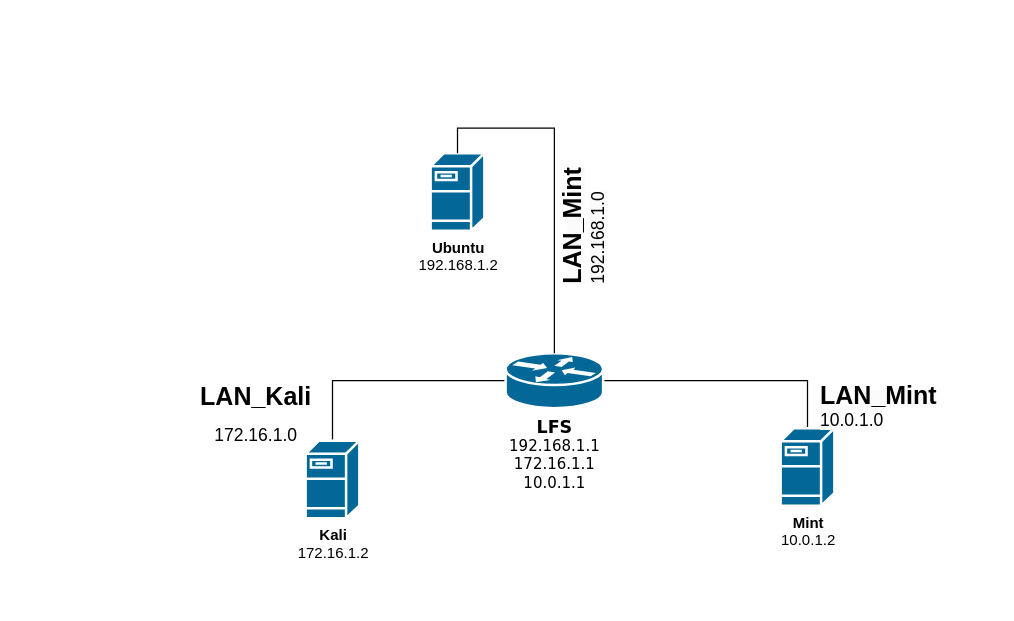
Earlier version of the draw.io diagram Диаграмма без названия.drawio (Djuckman/Compilers2). Source tidied: cells renumbered, new cells numbered last; positions are measured from the earlier drawing's top-left corner, leaving out a move shared by most shapes. Both pictures are drawn from the tidied source at 125%, with x=0, y=0 at pixel (192, 152).
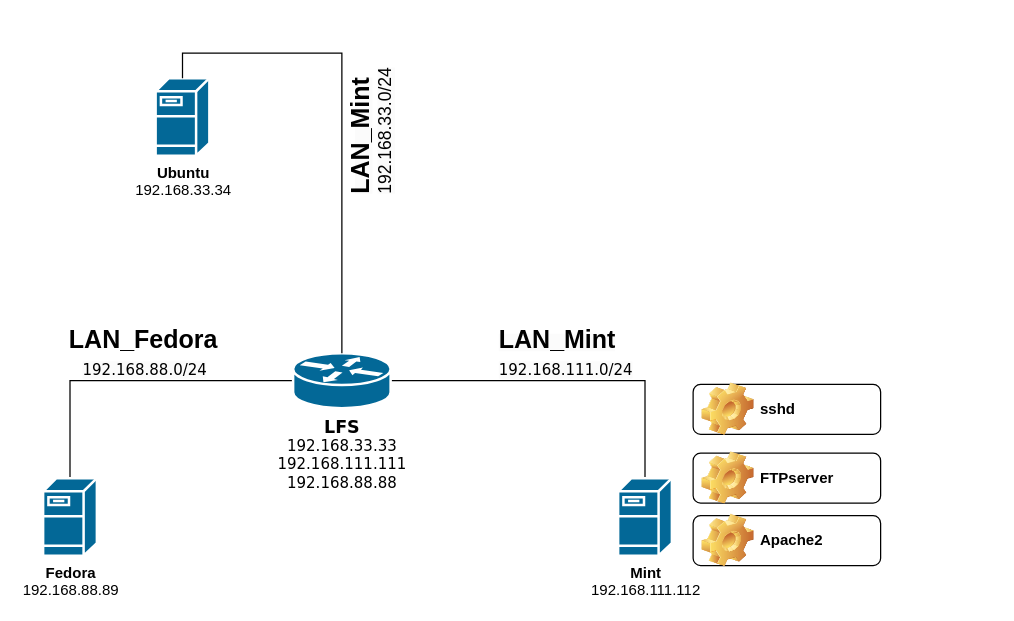
The same page after the edit.

The edit, as a diff of the source:
```diff
@@
 <mxGraphModel>
   <root>
     <mxCell id="0" />
     <mxCell id="1" parent="0" />
     <mxCell id="2" style="edgeStyle=orthogonalEdgeStyle;rounded=0;jettySize=auto;html=1;exitX=1;exitY=0.5;exitDx=0;exitDy=0;exitPerimeter=0;endArrow=none;endFill=0;" parent="1" edge="1" source="4" target="6">
       <mxGeometry relative="1" as="geometry" />
     </mxCell>
     <mxCell id="3" style="edgeStyle=orthogonalEdgeStyle;rounded=0;jettySize=auto;html=1;exitX=0;exitY=0.5;exitDx=0;exitDy=0;exitPerimeter=0;endArrow=none;endFill=0;" parent="1" edge="1" source="4" target="5">
       <mxGeometry relative="1" as="geometry" />
     </mxCell>
-    <mxCell id="4" value="&lt;b&gt;&lt;font style=&quot;font-size: 14px;&quot;&gt;LFS&lt;/font&gt;&lt;/b&gt;&lt;br&gt;192.168.1.1&lt;br&gt;172.16.1.1&lt;br&gt;10.0.1.1" style="shape=mxgraph.cisco.routers.router;html=1;dashed=0;fillColor=#036897;strokeColor=#ffffff;strokeWidth=2;verticalLabelPosition=bottom;verticalAlign=top;rounded=0;shadow=0;comic=0;fontFamily=Verdana;fontSize=12;" parent="1" vertex="1">
-      <mxGeometry x="250" y="160" width="78" height="44" as="geometry" />
+    <mxCell id="4" value="&lt;b&gt;&lt;font style=&quot;font-size: 14px;&quot;&gt;LFS&lt;/font&gt;&lt;/b&gt;&lt;br&gt;192.168.33.33&lt;br&gt;192.168.111.111&lt;br&gt;192.168.88.88" style="shape=mxgraph.cisco.routers.router;html=1;dashed=0;fillColor=#036897;strokeColor=#ffffff;strokeWidth=2;verticalLabelPosition=bottom;verticalAlign=top;rounded=0;shadow=0;comic=0;fontFamily=Verdana;fontSize=12;" parent="1" vertex="1">
+      <mxGeometry x="80" y="160" width="78" height="44" as="geometry" />
     </mxCell>
-    <mxCell id="5" value="&lt;font style=&quot;font-size: 12px;&quot;&gt;&lt;b&gt;Kali&lt;/b&gt;&lt;br&gt;172.16.1.2&lt;br&gt;&lt;/font&gt;" style="shape=mxgraph.cisco.servers.fileserver;sketch=0;html=1;dashed=0;fillColor=#036897;strokeColor=#ffffff;strokeWidth=2;verticalLabelPosition=bottom;verticalAlign=top;align=center;outlineConnect=0;" parent="1" vertex="1">
-      <mxGeometry x="90" y="230" width="43" height="62" as="geometry" />
+    <mxCell id="5" value="&lt;font style=&quot;font-size: 12px;&quot;&gt;&lt;b&gt;Fedora&lt;/b&gt;&lt;br&gt;192.168.88.89&lt;br&gt;&lt;/font&gt;" style="shape=mxgraph.cisco.servers.fileserver;sketch=0;html=1;dashed=0;fillColor=#036897;strokeColor=#ffffff;strokeWidth=2;verticalLabelPosition=bottom;verticalAlign=top;align=center;outlineConnect=0;" parent="1" vertex="1">
+      <mxGeometry x="-120" y="260" width="43" height="62" as="geometry" />
     </mxCell>
-    <mxCell id="6" value="&lt;font style=&quot;font-size: 12px;&quot;&gt;&lt;b&gt;Mint&lt;/b&gt;&lt;br&gt;10.0.1.2&lt;br&gt;&lt;/font&gt;" style="shape=mxgraph.cisco.servers.fileserver;sketch=0;html=1;dashed=0;fillColor=#036897;strokeColor=#ffffff;strokeWidth=2;verticalLabelPosition=bottom;verticalAlign=top;align=center;outlineConnect=0;" parent="1" vertex="1">
-      <mxGeometry x="470" y="220" width="43" height="62" as="geometry" />
+    <mxCell id="6" value="&lt;font style=&quot;font-size: 12px;&quot;&gt;&lt;b&gt;Mint&lt;/b&gt;&lt;br&gt;192.168.111.112&lt;br&gt;&lt;/font&gt;" style="shape=mxgraph.cisco.servers.fileserver;sketch=0;html=1;dashed=0;fillColor=#036897;strokeColor=#ffffff;strokeWidth=2;verticalLabelPosition=bottom;verticalAlign=top;align=center;outlineConnect=0;" parent="1" vertex="1">
+      <mxGeometry x="340" y="260" width="43" height="62" as="geometry" />
     </mxCell>
-    <mxCell id="7" value="&lt;font style=&quot;font-size: 12px;&quot;&gt;&lt;b&gt;Ubuntu&lt;/b&gt;&lt;br&gt;192.168.1.2&lt;br&gt;&lt;/font&gt;" style="shape=mxgraph.cisco.servers.fileserver;sketch=0;html=1;dashed=0;fillColor=#036897;strokeColor=#ffffff;strokeWidth=2;verticalLabelPosition=bottom;verticalAlign=top;align=center;outlineConnect=0;" parent="1" vertex="1">
-      <mxGeometry x="190" width="43" height="62" as="geometry" />
+    <mxCell id="7" value="&lt;font style=&quot;font-size: 12px;&quot;&gt;&lt;b&gt;Ubuntu&lt;/b&gt;&lt;br&gt;192.168.33.34&lt;br&gt;&lt;/font&gt;" style="shape=mxgraph.cisco.servers.fileserver;sketch=0;html=1;dashed=0;fillColor=#036897;strokeColor=#ffffff;strokeWidth=2;verticalLabelPosition=bottom;verticalAlign=top;align=center;outlineConnect=0;" parent="1" vertex="1">
+      <mxGeometry x="-30" y="-60" width="43" height="62" as="geometry" />
     </mxCell>
     <mxCell id="8" style="edgeStyle=orthogonalEdgeStyle;rounded=0;jettySize=auto;html=1;exitX=0.5;exitY=0;exitDx=0;exitDy=0;exitPerimeter=0;entryX=0.5;entryY=0;entryDx=0;entryDy=0;entryPerimeter=0;endArrow=none;endFill=0;" parent="1" edge="1" source="4" target="7">
       <mxGeometry relative="1" as="geometry" />
     </mxCell>
-    <mxCell id="9" value="&lt;font style=&quot;font-size: 20px;&quot;&gt;LAN_Kali&lt;/font&gt;&lt;br&gt;&lt;font style=&quot;font-size: 14px; font-weight: normal;&quot;&gt;172.16.1.0&lt;/font&gt;" style="text;strokeColor=none;fillColor=none;html=1;fontSize=24;fontStyle=1;verticalAlign=middle;align=center;" parent="1" vertex="1">
-      <mxGeometry y="190" width="100" height="35" as="geometry" />
+    <mxCell id="9" value="&lt;font style=&quot;font-size: 20px;&quot;&gt;LAN_Fedora&lt;/font&gt;" style="text;strokeColor=none;fillColor=none;html=1;fontSize=24;fontStyle=1;verticalAlign=middle;align=center;" parent="1" vertex="1">
+      <mxGeometry x="-90" y="130" width="100" height="35" as="geometry" />
     </mxCell>
-    <mxCell id="10" value="&lt;span style=&quot;color: rgb(0, 0, 0); font-family: Helvetica; font-style: normal; font-variant-ligatures: normal; font-variant-caps: normal; letter-spacing: normal; orphans: 2; text-align: center; text-indent: 0px; text-transform: none; widows: 2; word-spacing: 0px; -webkit-text-stroke-width: 0px; background-color: rgb(251, 251, 251); text-decoration-thickness: initial; text-decoration-style: initial; text-decoration-color: initial; float: none; display: inline !important;&quot;&gt;&lt;font style=&quot;font-weight: 700; font-size: 20px;&quot;&gt;LAN_Mint&lt;br&gt;&lt;/font&gt;&lt;font style=&quot;font-size: 14px;&quot;&gt;10.0.1.0&lt;/font&gt;&lt;br&gt;&lt;/span&gt;" style="text;whiteSpace=wrap;html=1;" parent="1" vertex="1">
-      <mxGeometry x="500" y="175" width="140" height="50" as="geometry" />
+    <mxCell id="10" value="&lt;span style=&quot;color: rgb(0, 0, 0); font-family: Helvetica; font-style: normal; font-variant-ligatures: normal; font-variant-caps: normal; letter-spacing: normal; orphans: 2; text-align: center; text-indent: 0px; text-transform: none; widows: 2; word-spacing: 0px; -webkit-text-stroke-width: 0px; background-color: rgb(251, 251, 251); text-decoration-thickness: initial; text-decoration-style: initial; text-decoration-color: initial; float: none; display: inline !important;&quot;&gt;&lt;font style=&quot;font-weight: 700; font-size: 20px;&quot;&gt;LAN_Mint&lt;/font&gt;&lt;br&gt;&lt;/span&gt;" style="text;whiteSpace=wrap;html=1;" parent="1" vertex="1">
+      <mxGeometry x="243" y="130" width="140" height="15" as="geometry" />
     </mxCell>
-    <mxCell id="11" value="&lt;span style=&quot;color: rgb(0, 0, 0); font-family: Helvetica; font-style: normal; font-variant-ligatures: normal; font-variant-caps: normal; letter-spacing: normal; orphans: 2; text-align: center; text-indent: 0px; text-transform: none; widows: 2; word-spacing: 0px; -webkit-text-stroke-width: 0px; background-color: rgb(251, 251, 251); text-decoration-thickness: initial; text-decoration-style: initial; text-decoration-color: initial; float: none; display: inline !important;&quot;&gt;&lt;span style=&quot;font-weight: 700;&quot;&gt;&lt;font style=&quot;font-size: 20px;&quot;&gt;LAN_Mint&lt;/font&gt;&lt;/span&gt;&lt;br&gt;&lt;font style=&quot;font-size: 14px;&quot;&gt;192.168.1.0&lt;/font&gt;&lt;br&gt;&lt;/span&gt;" style="text;whiteSpace=wrap;html=1;rotation=-90;" parent="1" vertex="1">
-      <mxGeometry x="240" y="12" width="140" height="50" as="geometry" />
+    <mxCell id="11" value="&lt;span style=&quot;color: rgb(0, 0, 0); font-family: Helvetica; font-style: normal; font-variant-ligatures: normal; font-variant-caps: normal; letter-spacing: normal; orphans: 2; text-align: center; text-indent: 0px; text-transform: none; widows: 2; word-spacing: 0px; -webkit-text-stroke-width: 0px; background-color: rgb(251, 251, 251); text-decoration-thickness: initial; text-decoration-style: initial; text-decoration-color: initial; float: none; display: inline !important;&quot;&gt;&lt;span style=&quot;font-weight: 700;&quot;&gt;&lt;font style=&quot;font-size: 20px;&quot;&gt;LAN_Mint&lt;/font&gt;&lt;/span&gt;&lt;br&gt;&lt;font style=&quot;font-size: 14px;&quot;&gt;192.168.33.0/24&lt;/font&gt;&lt;br&gt;&lt;/span&gt;" style="text;whiteSpace=wrap;html=1;rotation=-90;" parent="1" vertex="1">
+      <mxGeometry x="70" y="-60" width="140" height="50" as="geometry" />
     </mxCell>
+    <mxCell id="12" value="&lt;span style=&quot;color: rgb(0, 0, 0); font-family: Verdana; font-size: 12px; font-style: normal; font-variant-ligatures: normal; font-variant-caps: normal; font-weight: 400; letter-spacing: normal; orphans: 2; text-align: center; text-indent: 0px; text-transform: none; widows: 2; word-spacing: 0px; -webkit-text-stroke-width: 0px; background-color: rgb(251, 251, 251); text-decoration-thickness: initial; text-decoration-style: initial; text-decoration-color: initial; float: none; display: inline !important;&quot;&gt;192.168.111.0/24&lt;/span&gt;" style="text;whiteSpace=wrap;html=1;" parent="1" vertex="1">
+      <mxGeometry x="243" y="160" width="140" height="40" as="geometry" />
+    </mxCell>
+    <mxCell id="13" value="&lt;span style=&quot;color: rgb(0, 0, 0); font-family: Verdana; font-size: 12px; font-style: normal; font-variant-ligatures: normal; font-variant-caps: normal; font-weight: 400; letter-spacing: normal; orphans: 2; text-align: center; text-indent: 0px; text-transform: none; widows: 2; word-spacing: 0px; -webkit-text-stroke-width: 0px; background-color: rgb(251, 251, 251); text-decoration-thickness: initial; text-decoration-style: initial; text-decoration-color: initial; float: none; display: inline !important;&quot;&gt;192.168.88.0/24&lt;/span&gt;" style="text;whiteSpace=wrap;html=1;" parent="1" vertex="1">
+      <mxGeometry x="-90" y="160" width="140" height="40" as="geometry" />
+    </mxCell>
+    <mxCell id="14" value="FTPserver" style="label;whiteSpace=wrap;html=1;image=img/clipart/Gear_128x128.png;" parent="1" vertex="1">
+      <mxGeometry x="400" y="240" width="150" height="40" as="geometry" />
+    </mxCell>
+    <mxCell id="15" value="Apache2" style="label;whiteSpace=wrap;html=1;image=img/clipart/Gear_128x128.png;" parent="1" vertex="1">
+      <mxGeometry x="400" y="290" width="150" height="40" as="geometry" />
+    </mxCell>
+    <mxCell id="16" value="sshd" style="label;whiteSpace=wrap;html=1;image=img/clipart/Gear_128x128.png;" parent="1" vertex="1">
+      <mxGeometry x="400" y="185" width="150" height="40" as="geometry" />
+    </mxCell>
   </root>
 </mxGraphModel>
```
